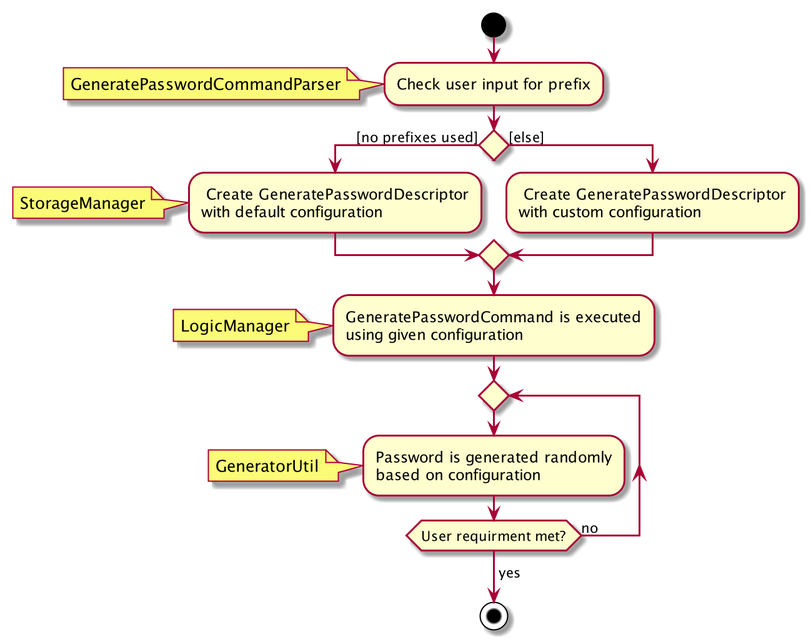
This is docs/images/GeneratePasswordActivityDiagram.png from nus-cs2103-AY1920S1/addressbook-level3, a PlantUML export, as it was before one commit. Source of this version:
```plantuml
@startuml
start

:Check user input for prefix;
note left: GeneratePasswordCommandParser

if () then ([no prefixes used])
    : Create GeneratePasswordDescriptor
    with default configuration;
    note left: StorageManager
    else ([else])
    : Create GeneratePasswordDescriptor
    with custom configuration;
endif

:GeneratePasswordCommand is executed
using given configuration;
note left: LogicManager

repeat
    :Password is generated randomly
    based on configuration;
    note left: GeneratorUtil
repeat while (User requirment met?) is (no)
->yes;
stop

@enduml
```
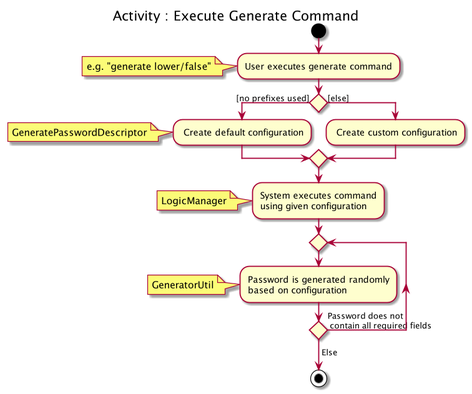
Later version of the same file.

The edit, as a diff of the source:
```diff
@@ -1,19 +1,17 @@
 @startuml
+title: Activity : Execute Generate Command
 start
-
-:Check user input for prefix;
-note left: GeneratePasswordCommandParser
+:User executes generate command;
+note left: e.g. "generate lower/false"
 
 if () then ([no prefixes used])
-    : Create GeneratePasswordDescriptor
-    with default configuration;
-    note left: StorageManager
+    : Create default configuration;
+    note left: GeneratePasswordDescriptor
     else ([else])
-    : Create GeneratePasswordDescriptor
-    with custom configuration;
+    : Create custom configuration;
 endif
 
-:GeneratePasswordCommand is executed
+:System executes command
 using given configuration;
 note left: LogicManager
 
@@ -21,8 +19,8 @@
     :Password is generated randomly
     based on configuration;
     note left: GeneratorUtil
-repeat while (User requirment met?) is (no)
-->yes;
+repeat while () is (Password does not \n contain all required fields)
+->Else;
 stop
 
 @enduml
```
